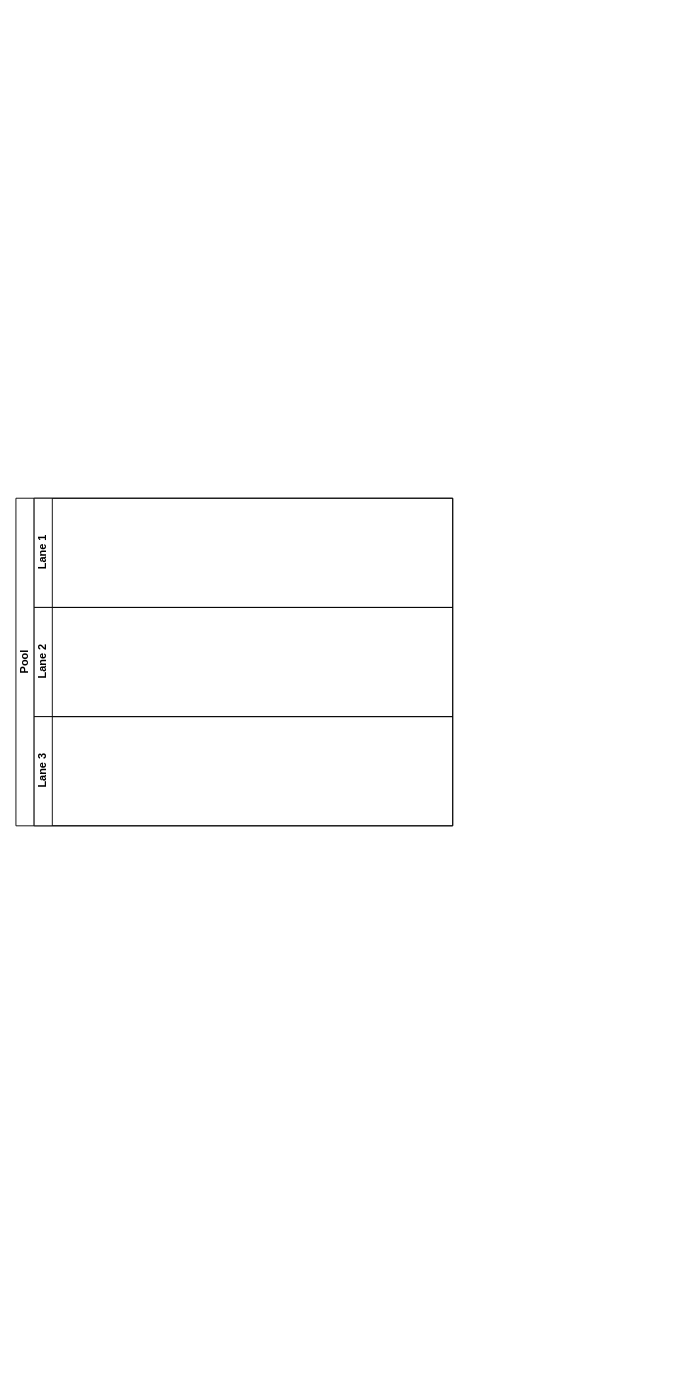
The draw.io diagram Проект As Is.drawio in OlegM161/draw, before the edit. Source tidied: cells renumbered, new cells numbered last; positions are measured from the earlier drawing's top-left corner, leaving out a move shared by most shapes. Both pictures are drawn from the tidied source at 91%, with x=0, y=0 at pixel (15, 498).
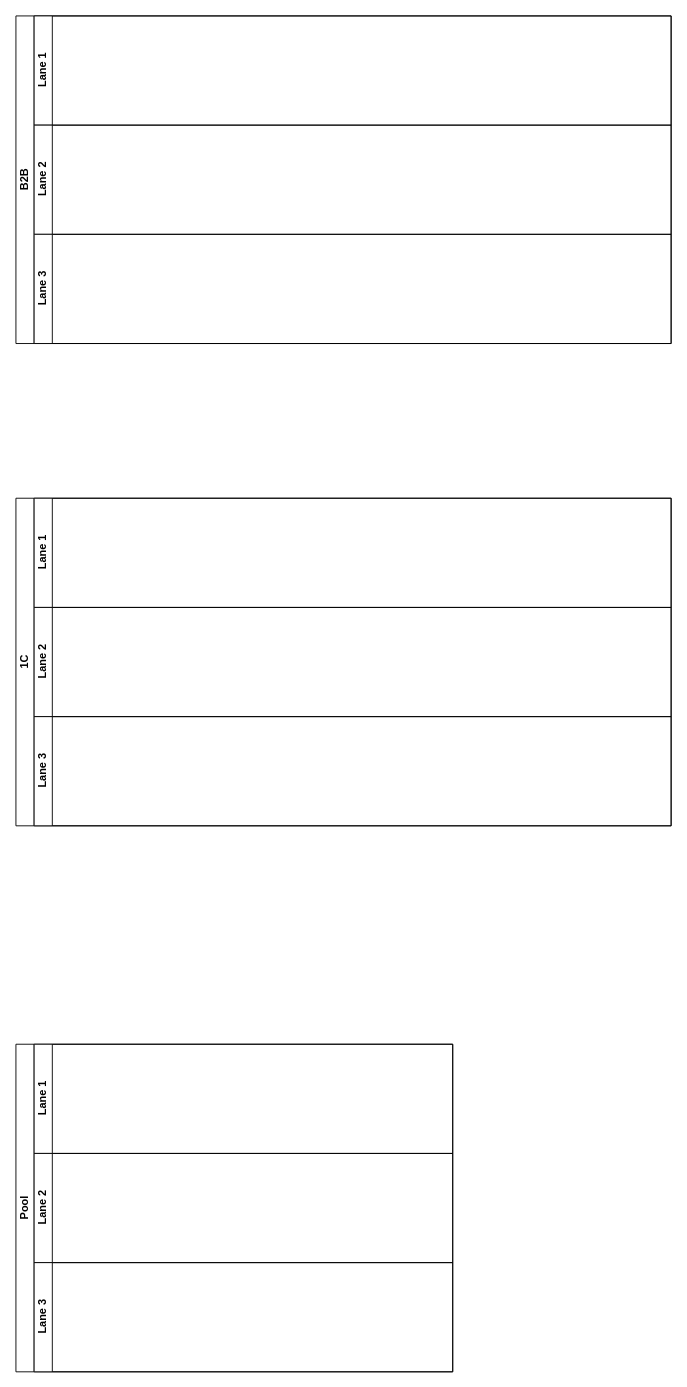
The same diagram, later.

The edit, as a diff of the source:
```diff
@@
 <mxGraphModel>
   <root>
     <mxCell id="0" />
     <mxCell id="1" parent="0" />
-    <mxCell id="2" value="Pool" style="swimlane;html=1;horizontal=0;startSize=20;whiteSpace=wrap;" parent="1" vertex="1">
-      <mxGeometry width="480" height="360" as="geometry" />
+    <mxCell id="2" value="1C" style="swimlane;html=1;horizontal=0;startSize=20;whiteSpace=wrap;" parent="1" vertex="1">
+      <mxGeometry width="720" height="360" as="geometry" />
     </mxCell>
     <mxCell id="3" value="Lane 1" style="swimlane;html=1;startSize=20;horizontal=0;" parent="2" vertex="1">
-      <mxGeometry x="20" width="460" height="120" as="geometry" />
+      <mxGeometry x="20" width="700" height="120" as="geometry" />
     </mxCell>
     <mxCell id="4" value="Lane 2" style="swimlane;html=1;startSize=20;horizontal=0;" parent="2" vertex="1">
-      <mxGeometry x="20" y="120" width="460" height="120" as="geometry" />
+      <mxGeometry x="20" y="120" width="700" height="120" as="geometry" />
     </mxCell>
     <mxCell id="5" value="Lane 3" style="swimlane;html=1;startSize=20;horizontal=0;" parent="2" vertex="1">
-      <mxGeometry x="20" y="240" width="460" height="120" as="geometry" />
+      <mxGeometry x="20" y="240" width="700" height="120" as="geometry" />
     </mxCell>
+    <mxCell id="6" value="Pool" style="swimlane;html=1;horizontal=0;startSize=20;whiteSpace=wrap;" parent="1" vertex="1">
+      <mxGeometry y="600" width="480" height="360" as="geometry" />
+    </mxCell>
+    <mxCell id="7" value="Lane 1" style="swimlane;html=1;startSize=20;horizontal=0;" parent="6" vertex="1">
+      <mxGeometry x="20" width="460" height="120" as="geometry" />
+    </mxCell>
+    <mxCell id="8" value="Lane 2" style="swimlane;html=1;startSize=20;horizontal=0;" parent="6" vertex="1">
+      <mxGeometry x="20" y="120" width="460" height="120" as="geometry" />
+    </mxCell>
+    <mxCell id="9" value="Lane 3" style="swimlane;html=1;startSize=20;horizontal=0;" parent="6" vertex="1">
+      <mxGeometry x="20" y="240" width="460" height="120" as="geometry" />
+    </mxCell>
+    <mxCell id="10" value="B2B" style="swimlane;html=1;horizontal=0;startSize=20;whiteSpace=wrap;" parent="1" vertex="1">
+      <mxGeometry y="-530" width="720" height="360" as="geometry" />
+    </mxCell>
+    <mxCell id="11" value="Lane 1" style="swimlane;html=1;startSize=20;horizontal=0;" parent="10" vertex="1">
+      <mxGeometry x="20" width="700" height="120" as="geometry" />
+    </mxCell>
+    <mxCell id="12" value="Lane 2" style="swimlane;html=1;startSize=20;horizontal=0;" parent="10" vertex="1">
+      <mxGeometry x="20" y="120" width="700" height="120" as="geometry" />
+    </mxCell>
+    <mxCell id="13" value="Lane 3" style="swimlane;html=1;startSize=20;horizontal=0;" parent="10" vertex="1">
+      <mxGeometry x="20" y="240" width="700" height="120" as="geometry" />
+    </mxCell>
   </root>
 </mxGraphModel>
```
